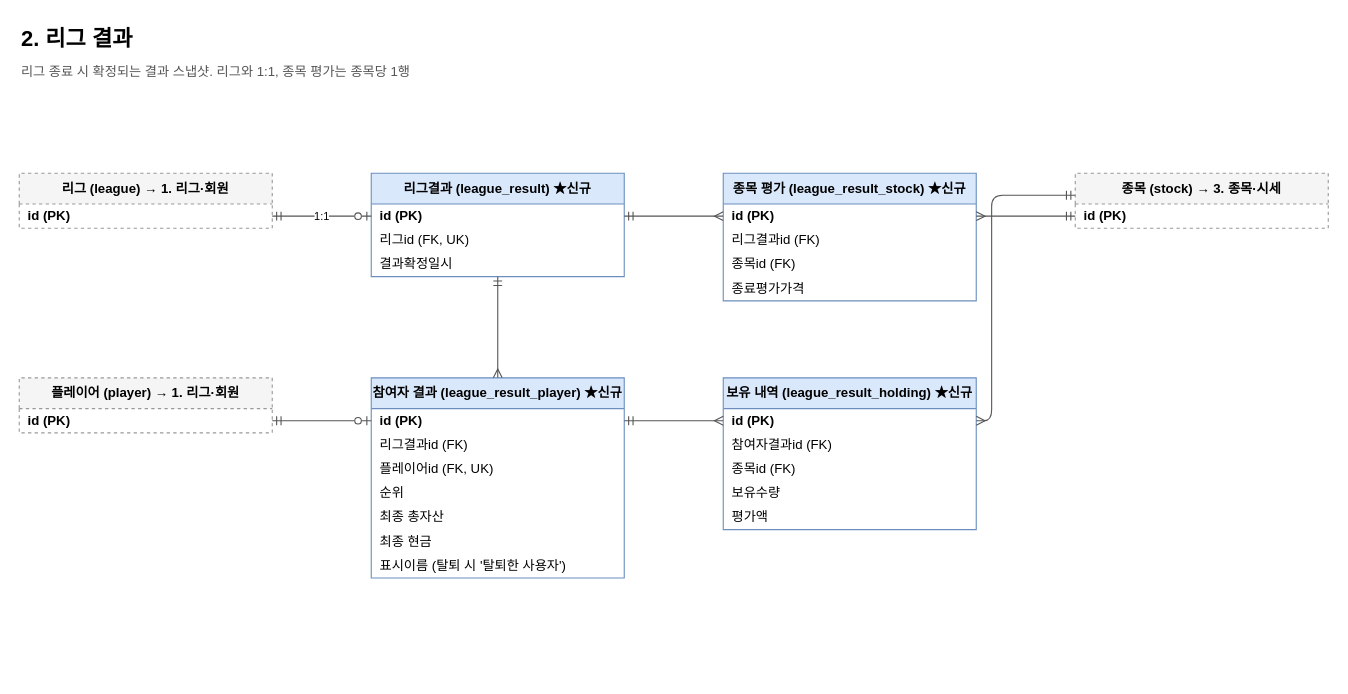
This is page "2. 리그 결과" (3 of 9) of docs/erd/naspi.drawio from JECT-Study/naspi-5th-Server, a draw.io file, before an edit. Source tidied: cells renumbered, new cells numbered last; positions are measured from the earlier drawing's top-left corner, leaving out a move shared by most shapes. Both pictures are drawn from the tidied source at 110%, with x=0, y=0 at pixel (19, 19).
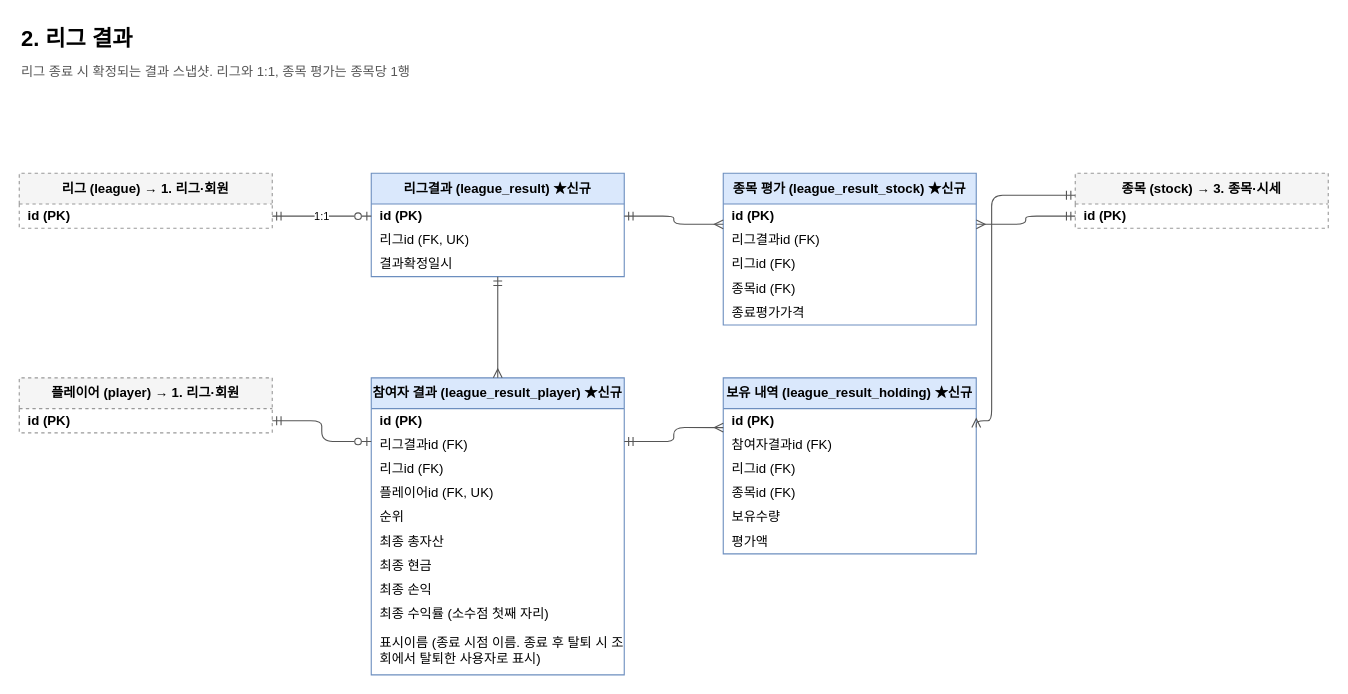
The same page after the edit.

What changed in the source:
```diff
@@
     <mxCell id="6" value="종목 평가 (league_result_stock) ★신규" style="swimlane;fontStyle=1;horizontal=1;startSize=28;html=1;whiteSpace=wrap;fillColor=#dae8fc;strokeColor=#6c8ebf;" parent="1" vertex="1">
-      <mxGeometry x="640" y="140" width="230" height="116" as="geometry" />
+      <mxGeometry x="640" y="140" width="230" height="138" as="geometry" />
     </mxCell>
@@
+    <mxCell id="40" value="리그id (FK)" style="text;strokeColor=none;fillColor=none;align=left;verticalAlign=middle;spacingLeft=6;overflow=hidden;html=1;" parent="6" vertex="1">
+      <mxGeometry y="72" width="230" height="22" as="geometry" />
+    </mxCell>
     <mxCell id="9" value="종목id (FK)" style="text;strokeColor=none;fillColor=none;align=left;verticalAlign=middle;spacingLeft=6;overflow=hidden;html=1;" parent="6" vertex="1">
-      <mxGeometry y="72" width="230" height="22" as="geometry" />
+      <mxGeometry y="94" width="230" height="22" as="geometry" />
     </mxCell>
     <mxCell id="10" value="종료평가가격" style="text;strokeColor=none;fillColor=none;align=left;verticalAlign=middle;spacingLeft=6;overflow=hidden;html=1;" parent="6" vertex="1">
-      <mxGeometry y="94" width="230" height="22" as="geometry" />
+      <mxGeometry y="116" width="230" height="22" as="geometry" />
     </mxCell>
     <mxCell id="11" value="참여자 결과 (league_result_player) ★신규" style="swimlane;fontStyle=1;horizontal=1;startSize=28;html=1;whiteSpace=wrap;fillColor=#dae8fc;strokeColor=#6c8ebf;" parent="1" vertex="1">
-      <mxGeometry x="320" y="326" width="230" height="182" as="geometry" />
+      <mxGeometry x="320" y="326" width="230" height="270" as="geometry" />
     </mxCell>
@@
+    <mxCell id="41" value="리그id (FK)" style="text;strokeColor=none;fillColor=none;align=left;verticalAlign=middle;spacingLeft=6;overflow=hidden;html=1;" parent="11" vertex="1">
+      <mxGeometry y="72" width="230" height="22" as="geometry" />
+    </mxCell>
     <mxCell id="14" value="플레이어id (FK, UK)" style="text;strokeColor=none;fillColor=none;align=left;verticalAlign=middle;spacingLeft=6;overflow=hidden;html=1;" parent="11" vertex="1">
-      <mxGeometry y="72" width="230" height="22" as="geometry" />
+      <mxGeometry y="94" width="230" height="22" as="geometry" />
     </mxCell>
     <mxCell id="15" value="순위" style="text;strokeColor=none;fillColor=none;align=left;verticalAlign=middle;spacingLeft=6;overflow=hidden;html=1;" parent="11" vertex="1">
-      <mxGeometry y="94" width="230" height="22" as="geometry" />
+      <mxGeometry y="116" width="230" height="22" as="geometry" />
     </mxCell>
     <mxCell id="16" value="최종 총자산" style="text;strokeColor=none;fillColor=none;align=left;verticalAlign=middle;spacingLeft=6;overflow=hidden;html=1;" parent="11" vertex="1">
-      <mxGeometry y="116" width="230" height="22" as="geometry" />
+      <mxGeometry y="138" width="230" height="22" as="geometry" />
     </mxCell>
     <mxCell id="17" value="최종 현금" style="text;strokeColor=none;fillColor=none;align=left;verticalAlign=middle;spacingLeft=6;overflow=hidden;html=1;" parent="11" vertex="1">
-      <mxGeometry y="138" width="230" height="22" as="geometry" />
+      <mxGeometry y="160" width="230" height="22" as="geometry" />
     </mxCell>
+    <mxCell id="42" value="최종 손익" style="text;strokeColor=none;fillColor=none;align=left;verticalAlign=middle;spacingLeft=6;overflow=hidden;html=1;" parent="11" vertex="1">
+      <mxGeometry y="182" width="230" height="22" as="geometry" />
+    </mxCell>
+    <mxCell id="43" value="최종 수익률 (소수점 첫째 자리)" style="text;strokeColor=none;fillColor=none;align=left;verticalAlign=middle;spacingLeft=6;overflow=hidden;html=1;" parent="11" vertex="1">
+      <mxGeometry y="204" width="230" height="22" as="geometry" />
+    </mxCell>
-    <mxCell id="18" value="표시이름 (탈퇴 시 '탈퇴한 사용자')" style="text;strokeColor=none;fillColor=none;align=left;verticalAlign=middle;spacingLeft=6;overflow=hidden;html=1;" parent="11" vertex="1">
-      <mxGeometry y="160" width="230" height="22" as="geometry" />
+    <mxCell id="18" value="표시이름 (종료 시점 이름. 종료 후 탈퇴 시 조회에서 탈퇴한 사용자로 표시)" style="text;strokeColor=none;fillColor=none;align=left;verticalAlign=middle;spacingLeft=6;overflow=hidden;html=1;whiteSpace=wrap;" parent="11" vertex="1">
+      <mxGeometry y="226" width="230" height="44" as="geometry" />
     </mxCell>
     <mxCell id="19" value="보유 내역 (league_result_holding) ★신규" style="swimlane;fontStyle=1;horizontal=1;startSize=28;html=1;whiteSpace=wrap;fillColor=#dae8fc;strokeColor=#6c8ebf;" parent="1" vertex="1">
-      <mxGeometry x="640" y="326" width="230" height="138" as="geometry" />
+      <mxGeometry x="640" y="326" width="230" height="160" as="geometry" />
     </mxCell>
@@
+    <mxCell id="44" value="리그id (FK)" style="text;strokeColor=none;fillColor=none;align=left;verticalAlign=middle;spacingLeft=6;overflow=hidden;html=1;" parent="19" vertex="1">
+      <mxGeometry y="72" width="230" height="22" as="geometry" />
+    </mxCell>
     <mxCell id="22" value="종목id (FK)" style="text;strokeColor=none;fillColor=none;align=left;verticalAlign=middle;spacingLeft=6;overflow=hidden;html=1;" parent="19" vertex="1">
-      <mxGeometry y="72" width="230" height="22" as="geometry" />
+      <mxGeometry y="94" width="230" height="22" as="geometry" />
     </mxCell>
     <mxCell id="23" value="보유수량" style="text;strokeColor=none;fillColor=none;align=left;verticalAlign=middle;spacingLeft=6;overflow=hidden;html=1;" parent="19" vertex="1">
-      <mxGeometry y="94" width="230" height="22" as="geometry" />
+      <mxGeometry y="116" width="230" height="22" as="geometry" />
     </mxCell>
     <mxCell id="24" value="평가액" style="text;strokeColor=none;fillColor=none;align=left;verticalAlign=middle;spacingLeft=6;overflow=hidden;html=1;" parent="19" vertex="1">
-      <mxGeometry y="116" width="230" height="22" as="geometry" />
+      <mxGeometry y="138" width="230" height="22" as="geometry" />
     </mxCell>
```
